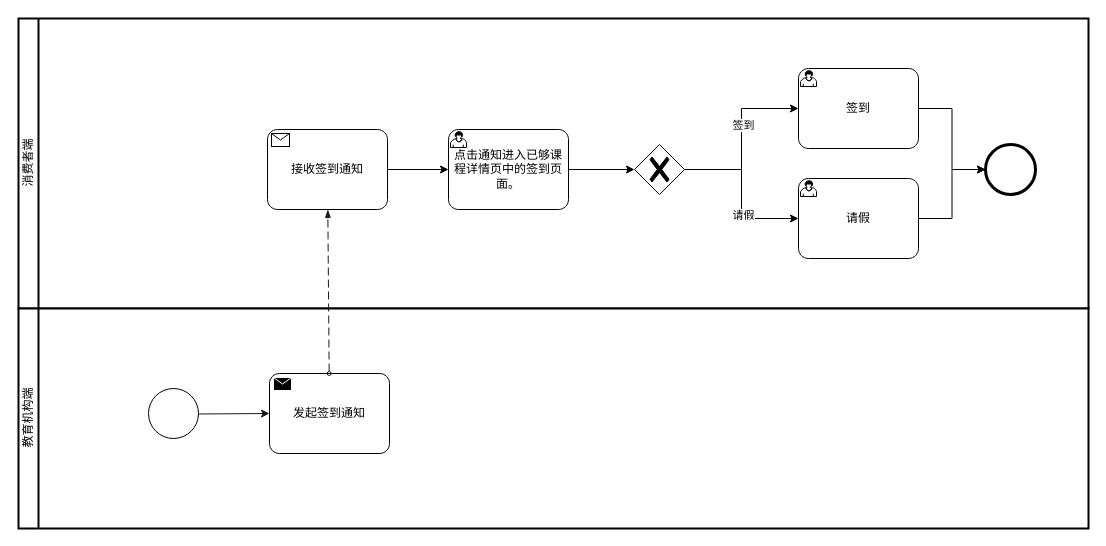
This is page "签到和请假" (4 of 4) of docs/资金监管平台流程图.drawio from cuitaocrazy/supervision, a draw.io file, before an edit. Source tidied: cells renumbered, new cells numbered last; positions are measured from the earlier drawing's top-left corner, leaving out a move shared by most shapes. Both pictures are drawn from the tidied source at 100%, with x=0, y=0 at pixel (18, 18).
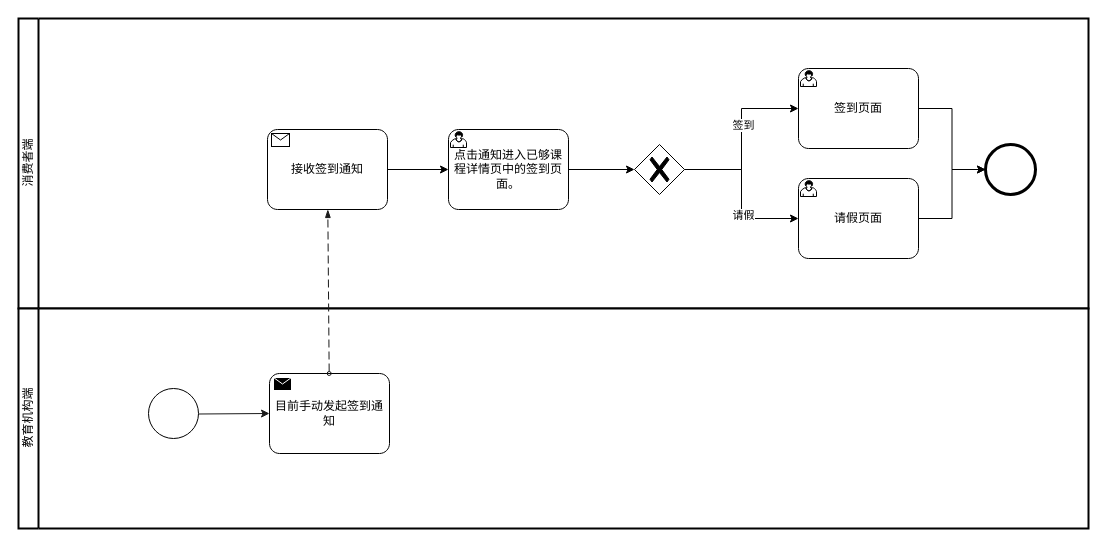
Above is the later version.

The change refers to these unchanged cells:
```xml
<mxCell id="2" value="消费者端" style="swimlane;html=1;startSize=20;fontStyle=0;horizontal=0;swimlaneLine=1;swimlaneFillColor=#ffffff;strokeWidth=2;" parent="1" vertex="1">
  <mxGeometry width="1070" height="290" as="geometry" />
</mxCell>
<mxCell id="17" value="教育机构端" style="swimlane;html=1;startSize=20;fontStyle=0;horizontal=0;swimlaneLine=1;swimlaneFillColor=#ffffff;strokeWidth=2;" parent="1" vertex="1">
  <mxGeometry y="290" width="1070" height="220" as="geometry" />
</mxCell>
```

The edit, as a diff of the source:
```diff
@@
-    <mxCell id="14" value="签到" style="points=[[0.25,0,0],[0.5,0,0],[0.75,0,0],[1,0.25,0],[1,0.5,0],[1,0.75,0],[0.75,1,0],[0.5,1,0],[0.25,1,0],[0,0.75,0],[0,0.5,0],[0,0.25,0]];shape=mxgraph.bpmn.task;whiteSpace=wrap;rectStyle=rounded;size=10;taskMarker=user;" parent="2" vertex="1">
+    <mxCell id="14" value="签到页面" style="points=[[0.25,0,0],[0.5,0,0],[0.75,0,0],[1,0.25,0],[1,0.5,0],[1,0.75,0],[0.75,1,0],[0.5,1,0],[0.25,1,0],[0,0.75,0],[0,0.5,0],[0,0.25,0]];shape=mxgraph.bpmn.task;whiteSpace=wrap;rectStyle=rounded;size=10;taskMarker=user;" parent="2" vertex="1">
       <mxGeometry x="780" y="50" width="120" height="80" as="geometry" />
     </mxCell>
@@
-    <mxCell id="16" value="请假" style="points=[[0.25,0,0],[0.5,0,0],[0.75,0,0],[1,0.25,0],[1,0.5,0],[1,0.75,0],[0.75,1,0],[0.5,1,0],[0.25,1,0],[0,0.75,0],[0,0.5,0],[0,0.25,0]];shape=mxgraph.bpmn.task;whiteSpace=wrap;rectStyle=rounded;size=10;taskMarker=user;" parent="2" vertex="1">
+    <mxCell id="16" value="请假页面" style="points=[[0.25,0,0],[0.5,0,0],[0.75,0,0],[1,0.25,0],[1,0.5,0],[1,0.75,0],[0.75,1,0],[0.5,1,0],[0.25,1,0],[0,0.75,0],[0,0.5,0],[0,0.25,0]];shape=mxgraph.bpmn.task;whiteSpace=wrap;rectStyle=rounded;size=10;taskMarker=user;" parent="2" vertex="1">
       <mxGeometry x="780" y="160" width="120" height="80" as="geometry" />
     </mxCell>
@@
-    <mxCell id="20" value="发起签到通知" style="points=[[0.25,0,0],[0.5,0,0],[0.75,0,0],[1,0.25,0],[1,0.5,0],[1,0.75,0],[0.75,1,0],[0.5,1,0],[0.25,1,0],[0,0.75,0],[0,0.5,0],[0,0.25,0]];shape=mxgraph.bpmn.task;whiteSpace=wrap;rectStyle=rounded;size=10;taskMarker=send;" parent="17" vertex="1">
+    <mxCell id="20" value="目前手动发起签到通知" style="points=[[0.25,0,0],[0.5,0,0],[0.75,0,0],[1,0.25,0],[1,0.5,0],[1,0.75,0],[0.75,1,0],[0.5,1,0],[0.25,1,0],[0,0.75,0],[0,0.5,0],[0,0.25,0]];shape=mxgraph.bpmn.task;whiteSpace=wrap;rectStyle=rounded;size=10;taskMarker=send;" parent="17" vertex="1">
       <mxGeometry x="251" y="65" width="120" height="80" as="geometry" />
     </mxCell>
```
